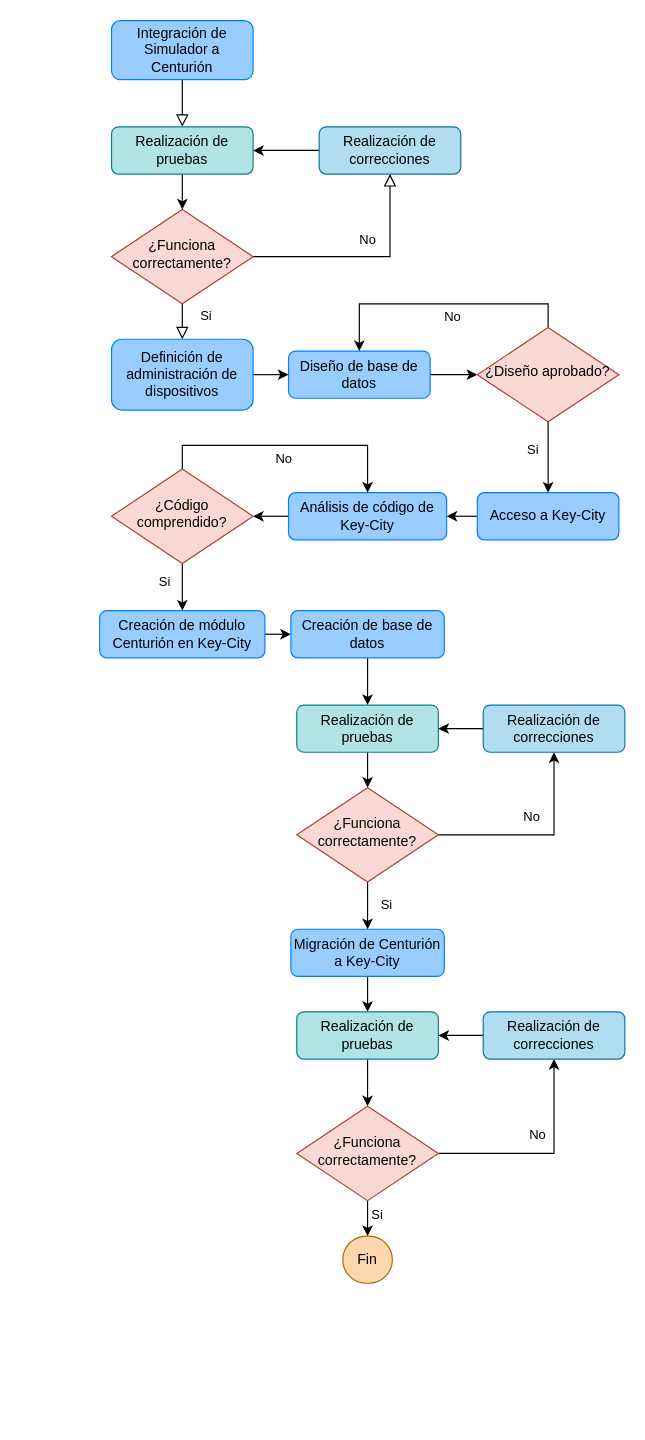
ChirinosM/Prueba keeps this draw.io diagram as Diagrama sin título.drawio. Above is the earlier version. Source tidied: cells renumbered, new cells numbered last; positions are measured from the earlier drawing's top-left corner, leaving out a move shared by most shapes. Both pictures are drawn from the tidied source at 118%, with x=0, y=0 at pixel (99, 20).
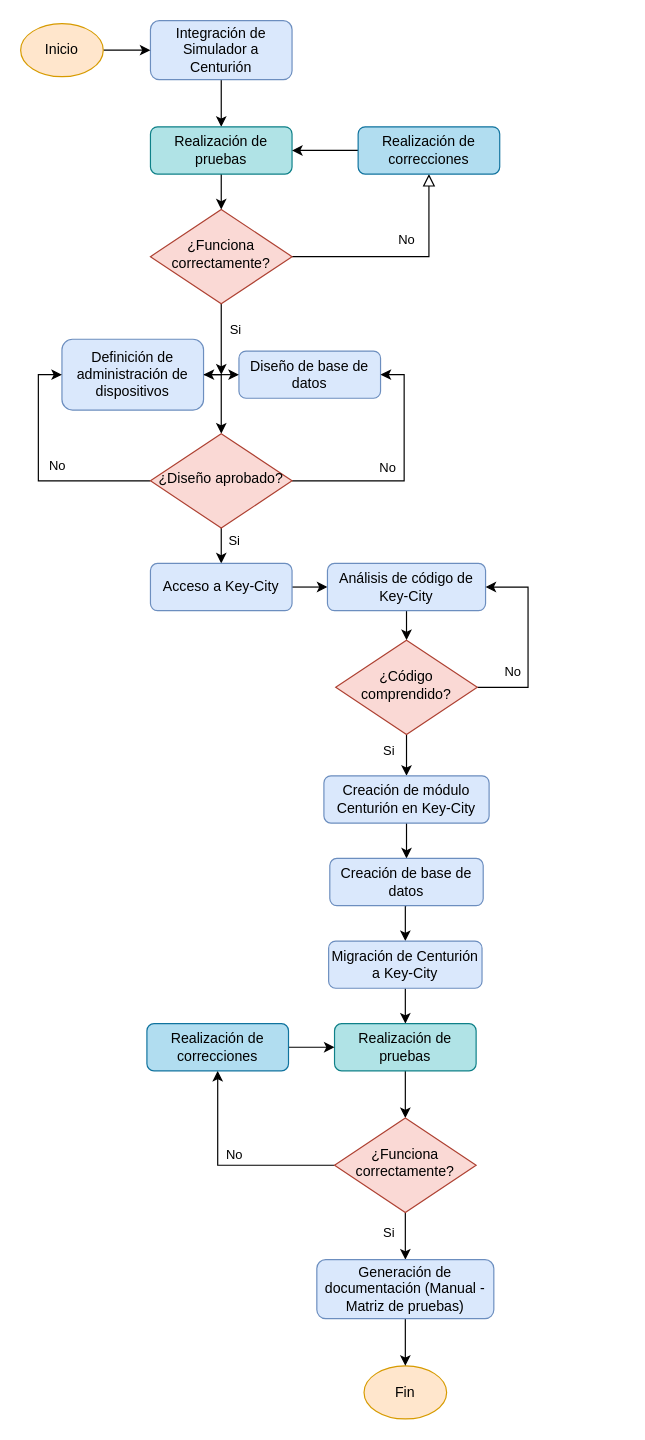
After the change.

Unchanged cells that the change refers to:
```xml
<mxCell id="15" style="edgeStyle=orthogonalEdgeStyle;rounded=0;jettySize=auto;html=1;exitX=0.5;exitY=1;exitDx=0;exitDy=0;entryX=0.5;entryY=0;entryDx=0;entryDy=0;" parent="1" edge="1" source="19" target="21">
  <mxGeometry relative="1" as="geometry" />
</mxCell>
```

The edit, as a diff of the source:
```diff
@@
-    <mxCell id="2" style="rounded=0;html=1;jettySize=auto;fontSize=11;endArrow=block;endFill=0;endSize=8;strokeWidth=1;shadow=0;labelBackgroundColor=none;edgeStyle=orthogonalEdgeStyle;entryX=0.5;entryY=0;entryDx=0;entryDy=0;" parent="1" edge="1" source="3" target="12">
+    <mxCell id="2" style="edgeStyle=orthogonalEdgeStyle;rounded=0;jettySize=auto;html=1;exitX=0.5;exitY=1;exitDx=0;exitDy=0;entryX=0.5;entryY=0;entryDx=0;entryDy=0;" parent="1" edge="1" source="3" target="12">
       <mxGeometry relative="1" as="geometry" />
     </mxCell>
-    <mxCell id="3" value="&lt;div style=&quot;line-height: 120%;&quot;&gt;&lt;span style=&quot;background-color: initial;&quot;&gt;Integración de Simulador a Centurión&lt;/span&gt;&lt;/div&gt;" style="rounded=1;whiteSpace=wrap;html=1;fontSize=12;glass=0;strokeWidth=1;shadow=0;fillColor=#99CCFF;strokeColor=#007FFF;align=center;fontColor=#000000;" parent="1" vertex="1">
-      <mxGeometry x="10" width="120" height="50" as="geometry" />
+    <mxCell id="3" value="&lt;div style=&quot;line-height: 120%;&quot;&gt;&lt;span style=&quot;background-color: initial;&quot;&gt;Integración de Simulador a Centurión&lt;/span&gt;&lt;/div&gt;" style="rounded=1;whiteSpace=wrap;html=1;fontSize=12;glass=0;strokeWidth=1;shadow=0;fillColor=#dae8fc;strokeColor=#6c8ebf;align=center;" parent="1" vertex="1">
+      <mxGeometry x="43" width="120" height="50" as="geometry" />
     </mxCell>
-    <mxCell id="4" value="Si" style="rounded=0;html=1;jettySize=auto;fontSize=11;endArrow=block;endFill=0;endSize=8;strokeWidth=1;shadow=0;labelBackgroundColor=none;edgeStyle=orthogonalEdgeStyle;entryX=0.5;entryY=0;entryDx=0;entryDy=0;" parent="1" edge="1" source="6" target="10">
-      <mxGeometry x="0.2" y="20" relative="1" as="geometry" />
-    </mxCell>
     <mxCell id="5" value="No" style="edgeStyle=orthogonalEdgeStyle;rounded=0;html=1;jettySize=auto;fontSize=11;endArrow=block;endFill=0;endSize=8;strokeWidth=1;shadow=0;labelBackgroundColor=none;" parent="1" edge="1" source="6" target="14">
       <mxGeometry x="0.04" y="14" relative="1" as="geometry">
         <Array as="points">
-          <mxPoint x="246" y="200" />
+          <mxPoint x="279" y="200" />
         </Array>
       </mxGeometry>
     </mxCell>
+    <mxCell id="54" style="edgeStyle=orthogonalEdgeStyle;rounded=0;jettySize=auto;html=1;exitX=0.5;exitY=1;exitDx=0;exitDy=0;" parent="1" edge="1" source="6">
+      <mxGeometry relative="1" as="geometry">
+        <mxPoint x="103" y="300" as="targetPoint" />
+      </mxGeometry>
+    </mxCell>
+    <mxCell id="55" value="Si" style="edgeLabel;html=1;align=center;verticalAlign=middle;" parent="54" vertex="1">
+      <mxGeometry x="-0.29" y="3" relative="1" as="geometry">
+        <mxPoint x="8" as="offset" />
+      </mxGeometry>
+    </mxCell>
     <mxCell id="6" value="¿Funciona correctamente?" style="rhombus;whiteSpace=wrap;html=1;shadow=0;fontFamily=Helvetica;fontSize=12;align=center;strokeWidth=1;spacing=6;spacingTop=-4;fillColor=#fad9d5;strokeColor=#ae4132;" parent="1" vertex="1">
-      <mxGeometry x="10" y="160" width="120" height="80" as="geometry" />
+      <mxGeometry x="43" y="160" width="120" height="80" as="geometry" />
     </mxCell>
-    <mxCell id="7" style="edgeStyle=orthogonalEdgeStyle;rounded=0;jettySize=auto;html=1;exitX=1;exitY=0.5;exitDx=0;exitDy=0;entryX=0;entryY=0.5;entryDx=0;entryDy=0;" parent="1" edge="1" source="8" target="19">
-      <mxGeometry relative="1" as="geometry" />
-    </mxCell>
-    <mxCell id="8" value="Diseño de base de datos" style="rounded=1;whiteSpace=wrap;html=1;fontSize=12;glass=0;strokeWidth=1;shadow=0;fillColor=#99CCFF;fontColor=#000000;strokeColor=#007FFF;" parent="1" vertex="1">
-      <mxGeometry x="160" y="280" width="120" height="40" as="geometry" />
+    <mxCell id="8" value="Diseño de base de datos" style="rounded=1;whiteSpace=wrap;html=1;fontSize=12;glass=0;strokeWidth=1;shadow=0;fillColor=#dae8fc;strokeColor=#6c8ebf;" parent="1" vertex="1">
+      <mxGeometry x="118" y="280" width="120" height="40" as="geometry" />
     </mxCell>
-    <mxCell id="9" style="edgeStyle=orthogonalEdgeStyle;rounded=0;jettySize=auto;html=1;exitX=1;exitY=0.5;exitDx=0;exitDy=0;entryX=0;entryY=0.5;entryDx=0;entryDy=0;" parent="1" edge="1" source="10" target="8">
-      <mxGeometry relative="1" as="geometry" />
-    </mxCell>
+    <mxCell id="56" style="edgeStyle=orthogonalEdgeStyle;rounded=0;jettySize=auto;html=1;exitX=1;exitY=0.5;exitDx=0;exitDy=0;entryX=0.5;entryY=0;entryDx=0;entryDy=0;" parent="1" edge="1" source="10" target="19">
+      <mxGeometry relative="1" as="geometry">
+        <Array as="points">
+          <mxPoint x="103" y="300" />
+        </Array>
+      </mxGeometry>
+    </mxCell>
-    <mxCell id="10" value="Definición de administración de dispositivos" style="rounded=1;whiteSpace=wrap;html=1;fontSize=12;glass=0;strokeWidth=1;shadow=0;fillColor=#99CCFF;fontColor=#000000;strokeColor=#007FFF;" parent="1" vertex="1">
-      <mxGeometry x="10" y="270" width="120" height="60" as="geometry" />
+    <mxCell id="10" value="Definición de administración de dispositivos" style="rounded=1;whiteSpace=wrap;html=1;fontSize=12;glass=0;strokeWidth=1;shadow=0;fillColor=#dae8fc;strokeColor=#6c8ebf;" parent="1" vertex="1">
+      <mxGeometry x="-32" y="270" width="120" height="60" as="geometry" />
     </mxCell>
@@
     <mxCell id="12" value="Realización de pruebas" style="rounded=1;whiteSpace=wrap;html=1;fontSize=12;glass=0;strokeWidth=1;shadow=0;fillColor=#b0e3e6;strokeColor=#0e8088;" parent="1" vertex="1">
-      <mxGeometry x="10" y="90" width="120" height="40" as="geometry" />
+      <mxGeometry x="43" y="90" width="120" height="40" as="geometry" />
     </mxCell>
@@
     <mxCell id="14" value="Realización de correcciones" style="rounded=1;whiteSpace=wrap;html=1;fontSize=12;glass=0;strokeWidth=1;shadow=0;fillColor=#b1ddf0;strokeColor=#10739e;" parent="1" vertex="1">
-      <mxGeometry x="186" y="90" width="120" height="40" as="geometry" />
+      <mxGeometry x="219" y="90" width="120" height="40" as="geometry" />
     </mxCell>
+    <mxCell id="17" style="edgeStyle=orthogonalEdgeStyle;rounded=0;jettySize=auto;html=1;exitX=1;exitY=0.5;exitDx=0;exitDy=0;entryX=1;entryY=0.5;entryDx=0;entryDy=0;" parent="1" edge="1" source="19" target="8">
+      <mxGeometry relative="1" as="geometry" />
+    </mxCell>
+    <mxCell id="57" value="No" style="edgeLabel;html=1;align=center;verticalAlign=middle;" parent="17" vertex="1">
+      <mxGeometry x="0.35" y="2" relative="1" as="geometry">
+        <mxPoint x="-13" y="31" as="offset" />
+      </mxGeometry>
+    </mxCell>
+    <mxCell id="58" style="edgeStyle=orthogonalEdgeStyle;rounded=0;jettySize=auto;html=1;exitX=0;exitY=0.5;exitDx=0;exitDy=0;entryX=0;entryY=0.5;entryDx=0;entryDy=0;" parent="1" edge="1" source="19" target="10">
+      <mxGeometry relative="1" as="geometry" />
+    </mxCell>
+    <mxCell id="59" value="No" style="edgeLabel;html=1;align=center;verticalAlign=middle;" parent="58" vertex="1">
+      <mxGeometry x="0.38" y="-2" relative="1" as="geometry">
+        <mxPoint x="13" y="32" as="offset" />
+      </mxGeometry>
+    </mxCell>
@@
-    <mxCell id="16" value="Si" style="edgeLabel;html=1;align=center;verticalAlign=middle;" parent="15" vertex="1">
-      <mxGeometry x="-0.25" y="3" relative="1" as="geometry">
-        <mxPoint x="-17" as="offset" />
-      </mxGeometry>
-    </mxCell>
-    <mxCell id="17" style="edgeStyle=orthogonalEdgeStyle;rounded=0;jettySize=auto;html=1;exitX=0.5;exitY=0;exitDx=0;exitDy=0;entryX=0.5;entryY=0;entryDx=0;entryDy=0;" parent="1" edge="1" source="19" target="8">
-      <mxGeometry relative="1" as="geometry" />
-    </mxCell>
-    <mxCell id="18" value="No" style="edgeLabel;html=1;align=center;verticalAlign=middle;" parent="17" vertex="1">
-      <mxGeometry x="0.07" y="-1" relative="1" as="geometry">
-        <mxPoint x="16" y="11" as="offset" />
-      </mxGeometry>
-    </mxCell>
+    <mxCell id="60" value="Si" style="edgeLabel;html=1;align=center;verticalAlign=middle;" parent="15" vertex="1">
+      <mxGeometry x="0.03" y="1" relative="1" as="geometry">
+        <mxPoint x="9" y="-5" as="offset" />
+      </mxGeometry>
+    </mxCell>
     <mxCell id="19" value="¿Diseño aprobado?" style="rhombus;whiteSpace=wrap;html=1;shadow=0;fontFamily=Helvetica;fontSize=12;align=center;strokeWidth=1;spacing=6;spacingTop=-4;fillColor=#fad9d5;strokeColor=#ae4132;" parent="1" vertex="1">
-      <mxGeometry x="320" y="260" width="120" height="80" as="geometry" />
+      <mxGeometry x="43" y="350" width="120" height="80" as="geometry" />
     </mxCell>
-    <mxCell id="20" style="edgeStyle=orthogonalEdgeStyle;rounded=0;jettySize=auto;html=1;exitX=0;exitY=0.5;exitDx=0;exitDy=0;entryX=1;entryY=0.5;entryDx=0;entryDy=0;" parent="1" edge="1" source="21" target="23">
+    <mxCell id="20" style="edgeStyle=orthogonalEdgeStyle;rounded=0;jettySize=auto;html=1;exitX=1;exitY=0.5;exitDx=0;exitDy=0;entryX=0;entryY=0.5;entryDx=0;entryDy=0;" parent="1" edge="1" source="21" target="23">
       <mxGeometry relative="1" as="geometry" />
     </mxCell>
-    <mxCell id="21" value="Acceso a Key-City" style="rounded=1;whiteSpace=wrap;html=1;fontSize=12;glass=0;strokeWidth=1;shadow=0;fillColor=#99CCFF;fontColor=#000000;strokeColor=#007FFF;" parent="1" vertex="1">
-      <mxGeometry x="320" y="400" width="120" height="40" as="geometry" />
+    <mxCell id="21" value="Acceso a Key-City" style="rounded=1;whiteSpace=wrap;html=1;fontSize=12;glass=0;strokeWidth=1;shadow=0;fillColor=#dae8fc;strokeColor=#6c8ebf;" parent="1" vertex="1">
+      <mxGeometry x="43" y="460" width="120" height="40" as="geometry" />
     </mxCell>
-    <mxCell id="22" style="edgeStyle=orthogonalEdgeStyle;rounded=0;jettySize=auto;html=1;exitX=0;exitY=0.5;exitDx=0;exitDy=0;entryX=1;entryY=0.5;entryDx=0;entryDy=0;" parent="1" edge="1" source="23" target="28">
+    <mxCell id="22" style="edgeStyle=orthogonalEdgeStyle;rounded=0;jettySize=auto;html=1;exitX=0.5;exitY=1;exitDx=0;exitDy=0;entryX=0.5;entryY=0;entryDx=0;entryDy=0;" parent="1" edge="1" source="23" target="28">
       <mxGeometry relative="1" as="geometry" />
     </mxCell>
-    <mxCell id="23" value="Análisis de código de Key-City" style="rounded=1;whiteSpace=wrap;html=1;fontSize=12;glass=0;strokeWidth=1;shadow=0;fillColor=#99CCFF;fontColor=#000000;strokeColor=#007FFF;" parent="1" vertex="1">
-      <mxGeometry x="160" y="400" width="134" height="40" as="geometry" />
+    <mxCell id="23" value="Análisis de código de Key-City" style="rounded=1;whiteSpace=wrap;html=1;fontSize=12;glass=0;strokeWidth=1;shadow=0;fillColor=#dae8fc;strokeColor=#6c8ebf;" parent="1" vertex="1">
+      <mxGeometry x="193" y="460" width="134" height="40" as="geometry" />
     </mxCell>
@@
-    <mxCell id="26" style="edgeStyle=orthogonalEdgeStyle;rounded=0;jettySize=auto;html=1;exitX=0.5;exitY=0;exitDx=0;exitDy=0;entryX=0.5;entryY=0;entryDx=0;entryDy=0;" parent="1" edge="1" source="28" target="23">
-      <mxGeometry relative="1" as="geometry" />
+    <mxCell id="26" style="edgeStyle=orthogonalEdgeStyle;rounded=0;jettySize=auto;html=1;exitX=1;exitY=0.5;exitDx=0;exitDy=0;entryX=1;entryY=0.5;entryDx=0;entryDy=0;" parent="1" edge="1" source="28" target="23">
+      <mxGeometry relative="1" as="geometry">
+        <Array as="points">
+          <mxPoint x="363" y="565" />
+          <mxPoint x="363" y="480" />
+        </Array>
+      </mxGeometry>
     </mxCell>
-    <mxCell id="27" value="No" style="edgeLabel;html=1;align=center;verticalAlign=middle;" parent="26" vertex="1">
-      <mxGeometry x="-0.02" y="-3" relative="1" as="geometry">
-        <mxPoint x="-1" y="7" as="offset" />
-      </mxGeometry>
-    </mxCell>
+    <mxCell id="61" value="No" style="edgeLabel;html=1;align=center;verticalAlign=middle;" parent="26" vertex="1">
+      <mxGeometry x="0.09" y="3" relative="1" as="geometry">
+        <mxPoint x="-11" y="32" as="offset" />
+      </mxGeometry>
+    </mxCell>
     <mxCell id="28" value="¿Código comprendido?" style="rhombus;whiteSpace=wrap;html=1;shadow=0;fontFamily=Helvetica;fontSize=12;align=center;strokeWidth=1;spacing=6;spacingTop=-4;fillColor=#fad9d5;strokeColor=#ae4132;" parent="1" vertex="1">
-      <mxGeometry x="10" y="380" width="120" height="80" as="geometry" />
+      <mxGeometry x="200" y="525" width="120" height="80" as="geometry" />
     </mxCell>
-    <mxCell id="29" style="edgeStyle=orthogonalEdgeStyle;rounded=0;jettySize=auto;html=1;exitX=1;exitY=0.5;exitDx=0;exitDy=0;entryX=0;entryY=0.5;entryDx=0;entryDy=0;" parent="1" edge="1" source="30" target="32">
+    <mxCell id="29" style="edgeStyle=orthogonalEdgeStyle;rounded=0;jettySize=auto;html=1;exitX=0.5;exitY=1;exitDx=0;exitDy=0;entryX=0.5;entryY=0;entryDx=0;entryDy=0;" parent="1" edge="1" source="30" target="32">
       <mxGeometry relative="1" as="geometry" />
     </mxCell>
-    <mxCell id="30" value="Creación de módulo Centurión en Key-City" style="rounded=1;whiteSpace=wrap;html=1;fontSize=12;glass=0;strokeWidth=1;shadow=0;fillColor=#99CCFF;fontColor=#000000;strokeColor=#007FFF;" parent="1" vertex="1">
-      <mxGeometry y="500" width="140" height="40" as="geometry" />
+    <mxCell id="30" value="Creación de módulo Centurión en Key-City" style="rounded=1;whiteSpace=wrap;html=1;fontSize=12;glass=0;strokeWidth=1;shadow=0;fillColor=#dae8fc;strokeColor=#6c8ebf;" parent="1" vertex="1">
+      <mxGeometry x="190" y="640" width="140" height="40" as="geometry" />
     </mxCell>
-    <mxCell id="31" style="edgeStyle=orthogonalEdgeStyle;rounded=0;jettySize=auto;html=1;exitX=0.5;exitY=1;exitDx=0;exitDy=0;entryX=0.5;entryY=0;entryDx=0;entryDy=0;" parent="1" edge="1" source="32" target="36">
-      <mxGeometry relative="1" as="geometry" />
-    </mxCell>
+    <mxCell id="62" style="edgeStyle=orthogonalEdgeStyle;rounded=0;jettySize=auto;html=1;exitX=0.5;exitY=1;exitDx=0;exitDy=0;entryX=0.5;entryY=0;entryDx=0;entryDy=0;" parent="1" edge="1" source="32" target="34">
+      <mxGeometry relative="1" as="geometry" />
+    </mxCell>
-    <mxCell id="32" value="Creación de base de datos" style="rounded=1;whiteSpace=wrap;html=1;fontSize=12;glass=0;strokeWidth=1;shadow=0;fillColor=#99CCFF;fontColor=#000000;strokeColor=#007FFF;" parent="1" vertex="1">
-      <mxGeometry x="162" y="500" width="130" height="40" as="geometry" />
+    <mxCell id="32" value="Creación de base de datos" style="rounded=1;whiteSpace=wrap;html=1;fontSize=12;glass=0;strokeWidth=1;shadow=0;fillColor=#dae8fc;strokeColor=#6c8ebf;" parent="1" vertex="1">
+      <mxGeometry x="195" y="710" width="130" height="40" as="geometry" />
     </mxCell>
@@
-    <mxCell id="34" value="Migración de Centurión a Key-City" style="rounded=1;whiteSpace=wrap;html=1;fontSize=12;glass=0;strokeWidth=1;shadow=0;fillColor=#99CCFF;fontColor=#000000;strokeColor=#007FFF;" parent="1" vertex="1">
-      <mxGeometry x="162" y="770" width="130" height="40" as="geometry" />
+    <mxCell id="34" value="Migración de Centurión a Key-City" style="rounded=1;whiteSpace=wrap;html=1;fontSize=12;glass=0;strokeWidth=1;shadow=0;fillColor=#dae8fc;strokeColor=#6c8ebf;" parent="1" vertex="1">
+      <mxGeometry x="194" y="780" width="130" height="40" as="geometry" />
     </mxCell>
-    <mxCell id="35" style="edgeStyle=orthogonalEdgeStyle;rounded=0;jettySize=auto;html=1;exitX=0.5;exitY=1;exitDx=0;exitDy=0;entryX=0.5;entryY=0;entryDx=0;entryDy=0;" parent="1" edge="1" source="36" target="41">
-      <mxGeometry relative="1" as="geometry" />
-    </mxCell>
-    <mxCell id="36" value="Realización de pruebas" style="rounded=1;whiteSpace=wrap;html=1;fontSize=12;glass=0;strokeWidth=1;shadow=0;fillColor=#b0e3e6;strokeColor=#0e8088;" parent="1" vertex="1">
-      <mxGeometry x="167" y="580" width="120" height="40" as="geometry" />
-    </mxCell>
-    <mxCell id="37" style="edgeStyle=orthogonalEdgeStyle;rounded=0;jettySize=auto;html=1;exitX=1;exitY=0.5;exitDx=0;exitDy=0;" parent="1" edge="1" source="41" target="43">
-      <mxGeometry relative="1" as="geometry" />
-    </mxCell>
-    <mxCell id="38" value="No" style="edgeLabel;html=1;align=center;verticalAlign=middle;" parent="37" vertex="1">
-      <mxGeometry x="0.36" y="1" relative="1" as="geometry">
-        <mxPoint x="-19" as="offset" />
-      </mxGeometry>
-    </mxCell>
-    <mxCell id="39" style="edgeStyle=orthogonalEdgeStyle;rounded=0;jettySize=auto;html=1;exitX=0.5;exitY=1;exitDx=0;exitDy=0;entryX=0.5;entryY=0;entryDx=0;entryDy=0;" parent="1" edge="1" source="41" target="34">
-      <mxGeometry relative="1" as="geometry" />
-    </mxCell>
-    <mxCell id="40" value="Si" style="edgeLabel;html=1;align=center;verticalAlign=middle;" parent="39" vertex="1">
-      <mxGeometry x="-0.11" y="-2" relative="1" as="geometry">
-        <mxPoint x="17" as="offset" />
-      </mxGeometry>
-    </mxCell>
-    <mxCell id="41" value="¿Funciona correctamente?" style="rhombus;whiteSpace=wrap;html=1;shadow=0;fontFamily=Helvetica;fontSize=12;align=center;strokeWidth=1;spacing=6;spacingTop=-4;fillColor=#fad9d5;strokeColor=#ae4132;" parent="1" vertex="1">
-      <mxGeometry x="167" y="650" width="120" height="80" as="geometry" />
-    </mxCell>
-    <mxCell id="42" style="edgeStyle=orthogonalEdgeStyle;rounded=0;jettySize=auto;html=1;exitX=0;exitY=0.5;exitDx=0;exitDy=0;entryX=1;entryY=0.5;entryDx=0;entryDy=0;" parent="1" edge="1" source="43" target="36">
-      <mxGeometry relative="1" as="geometry" />
-    </mxCell>
-    <mxCell id="43" value="Realización de correcciones" style="rounded=1;whiteSpace=wrap;html=1;fontSize=12;glass=0;strokeWidth=1;shadow=0;fillColor=#b1ddf0;strokeColor=#10739e;" parent="1" vertex="1">
-      <mxGeometry x="325" y="580" width="120" height="40" as="geometry" />
-    </mxCell>
@@
     <mxCell id="45" value="Realización de pruebas" style="rounded=1;whiteSpace=wrap;html=1;fontSize=12;glass=0;strokeWidth=1;shadow=0;fillColor=#b0e3e6;strokeColor=#0e8088;" parent="1" vertex="1">
-      <mxGeometry x="167" y="840" width="120" height="40" as="geometry" />
+      <mxGeometry x="199" y="850" width="120" height="40" as="geometry" />
     </mxCell>
+    <mxCell id="63" style="edgeStyle=orthogonalEdgeStyle;rounded=0;jettySize=auto;html=1;exitX=0.5;exitY=1;exitDx=0;exitDy=0;entryX=0.5;entryY=0;entryDx=0;entryDy=0;" parent="1" edge="1" source="50" target="69">
+      <mxGeometry relative="1" as="geometry" />
+    </mxCell>
+    <mxCell id="64" value="Si" style="edgeLabel;html=1;align=center;verticalAlign=middle;" parent="63" vertex="1">
+      <mxGeometry x="-0.18" relative="1" as="geometry">
+        <mxPoint x="-15" as="offset" />
+      </mxGeometry>
+    </mxCell>
-    <mxCell id="46" style="edgeStyle=orthogonalEdgeStyle;rounded=0;jettySize=auto;html=1;exitX=1;exitY=0.5;exitDx=0;exitDy=0;entryX=0.5;entryY=1;entryDx=0;entryDy=0;" parent="1" edge="1" source="50" target="52">
+    <mxCell id="46" style="edgeStyle=orthogonalEdgeStyle;rounded=0;jettySize=auto;html=1;exitX=0;exitY=0.5;exitDx=0;exitDy=0;entryX=0.5;entryY=1;entryDx=0;entryDy=0;" parent="1" edge="1" source="50" target="52">
       <mxGeometry relative="1" as="geometry" />
     </mxCell>
-    <mxCell id="47" value="No" style="edgeLabel;html=1;align=center;verticalAlign=middle;" parent="46" vertex="1">
-      <mxGeometry x="0.29" y="1" relative="1" as="geometry">
-        <mxPoint x="-14" as="offset" />
-      </mxGeometry>
-    </mxCell>
-    <mxCell id="48" style="edgeStyle=orthogonalEdgeStyle;rounded=0;jettySize=auto;html=1;exitX=0.5;exitY=1;exitDx=0;exitDy=0;entryX=0.5;entryY=0;entryDx=0;entryDy=0;" parent="1" edge="1" source="50" target="53">
-      <mxGeometry relative="1" as="geometry" />
-    </mxCell>
-    <mxCell id="49" value="Si" style="edgeLabel;html=1;align=center;verticalAlign=middle;" parent="48" vertex="1">
-      <mxGeometry x="-0.28" y="1" relative="1" as="geometry">
-        <mxPoint x="6" as="offset" />
-      </mxGeometry>
-    </mxCell>
+    <mxCell id="65" value="No" style="edgeLabel;html=1;align=center;verticalAlign=middle;" parent="46" vertex="1">
+      <mxGeometry x="0.09" relative="1" as="geometry">
+        <mxPoint x="12" y="-10" as="offset" />
+      </mxGeometry>
+    </mxCell>
     <mxCell id="50" value="¿Funciona correctamente?" style="rhombus;whiteSpace=wrap;html=1;shadow=0;fontFamily=Helvetica;fontSize=12;align=center;strokeWidth=1;spacing=6;spacingTop=-4;fillColor=#fad9d5;strokeColor=#ae4132;" parent="1" vertex="1">
-      <mxGeometry x="167" y="920" width="120" height="80" as="geometry" />
+      <mxGeometry x="199" y="930" width="120" height="80" as="geometry" />
     </mxCell>
-    <mxCell id="51" style="edgeStyle=orthogonalEdgeStyle;rounded=0;jettySize=auto;html=1;exitX=0;exitY=0.5;exitDx=0;exitDy=0;entryX=1;entryY=0.5;entryDx=0;entryDy=0;" parent="1" edge="1" source="52" target="45">
+    <mxCell id="51" style="edgeStyle=orthogonalEdgeStyle;rounded=0;jettySize=auto;html=1;exitX=1;exitY=0.5;exitDx=0;exitDy=0;entryX=0;entryY=0.5;entryDx=0;entryDy=0;" parent="1" edge="1" source="52" target="45">
       <mxGeometry relative="1" as="geometry" />
     </mxCell>
     <mxCell id="52" value="Realización de correcciones" style="rounded=1;whiteSpace=wrap;html=1;fontSize=12;glass=0;strokeWidth=1;shadow=0;fillColor=#b1ddf0;strokeColor=#10739e;" parent="1" vertex="1">
-      <mxGeometry x="325" y="840" width="120" height="40" as="geometry" />
+      <mxGeometry x="40" y="850" width="120" height="40" as="geometry" />
     </mxCell>
+    <mxCell id="66" style="edgeStyle=orthogonalEdgeStyle;rounded=0;jettySize=auto;html=1;exitX=1;exitY=0.5;exitDx=0;exitDy=0;entryX=0;entryY=0.5;entryDx=0;entryDy=0;" parent="1" edge="1" source="67" target="3">
+      <mxGeometry relative="1" as="geometry" />
+    </mxCell>
+    <mxCell id="67" value="Inicio" style="ellipse;whiteSpace=wrap;html=1;fillColor=#ffe6cc;strokeColor=#d79b00;" parent="1" vertex="1">
+      <mxGeometry x="-67" y="2.5" width="70" height="45" as="geometry" />
+    </mxCell>
-    <mxCell id="53" value="Fin" style="rounded=1;whiteSpace=wrap;html=1;fontSize=12;glass=0;strokeWidth=1;shadow=0;fillColor=#fad7ac;strokeColor=#b46504;arcSize=50;" parent="1" vertex="1">
-      <mxGeometry x="206" y="1030" width="42" height="40" as="geometry" />
+    <mxCell id="53" value="Fin" style="ellipse;whiteSpace=wrap;html=1;fillColor=#ffe6cc;strokeColor=#d79b00;" parent="1" vertex="1">
+      <mxGeometry x="224" y="1140" width="70" height="45" as="geometry" />
     </mxCell>
+    <mxCell id="68" style="edgeStyle=orthogonalEdgeStyle;rounded=0;jettySize=auto;html=1;exitX=0.5;exitY=1;exitDx=0;exitDy=0;entryX=0.5;entryY=0;entryDx=0;entryDy=0;" parent="1" edge="1" source="69" target="53">
+      <mxGeometry relative="1" as="geometry" />
+    </mxCell>
+    <mxCell id="69" value="Generación de documentación (Manual - Matriz de pruebas)" style="rounded=1;whiteSpace=wrap;html=1;fontSize=12;glass=0;strokeWidth=1;shadow=0;fillColor=#dae8fc;strokeColor=#6c8ebf;" parent="1" vertex="1">
+      <mxGeometry x="184" y="1050" width="150" height="50" as="geometry" />
+    </mxCell>
+    <mxCell id="9" style="endArrow=classic;startArrow=classic;html=1;rounded=0;exitX=1;exitY=0.5;exitDx=0;exitDy=0;entryX=0;entryY=0.5;entryDx=0;entryDy=0;" parent="1" edge="1" source="10" target="8">
+      <mxGeometry relative="1" as="geometry" />
+    </mxCell>
```
